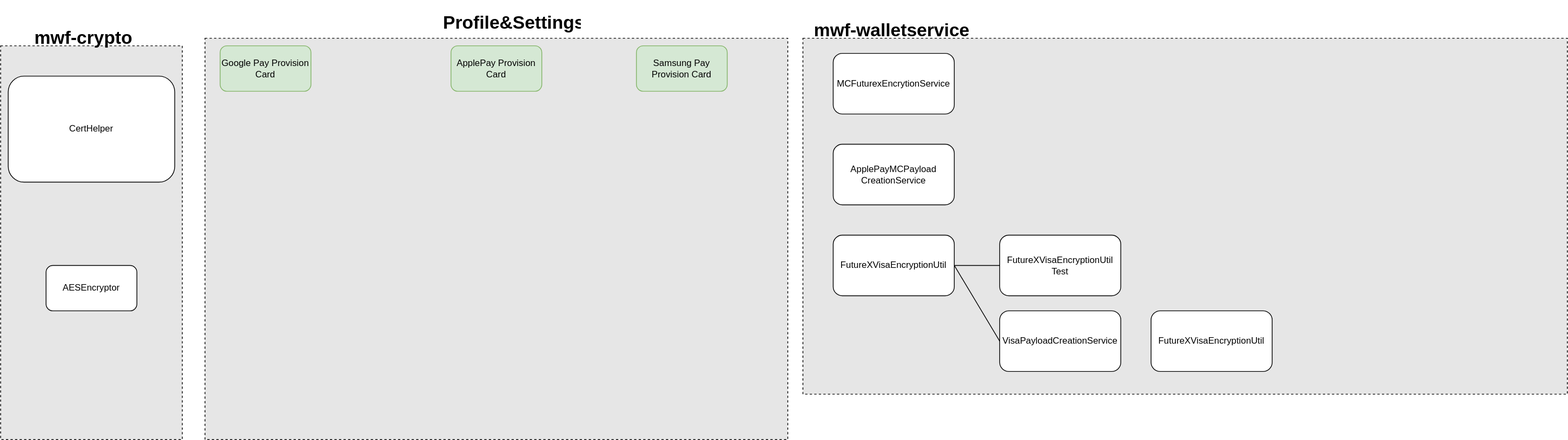
uchiharizvi/design-diagrams keeps this draw.io diagram as Work Samples/WF/Bouncy_Castle_Dependencies_Removal.drawio.svg. Above is the earlier version. Source tidied: cells renumbered, new cells last; positions are measured from the earlier drawing's top-left corner, leaving out a move shared by most shapes.
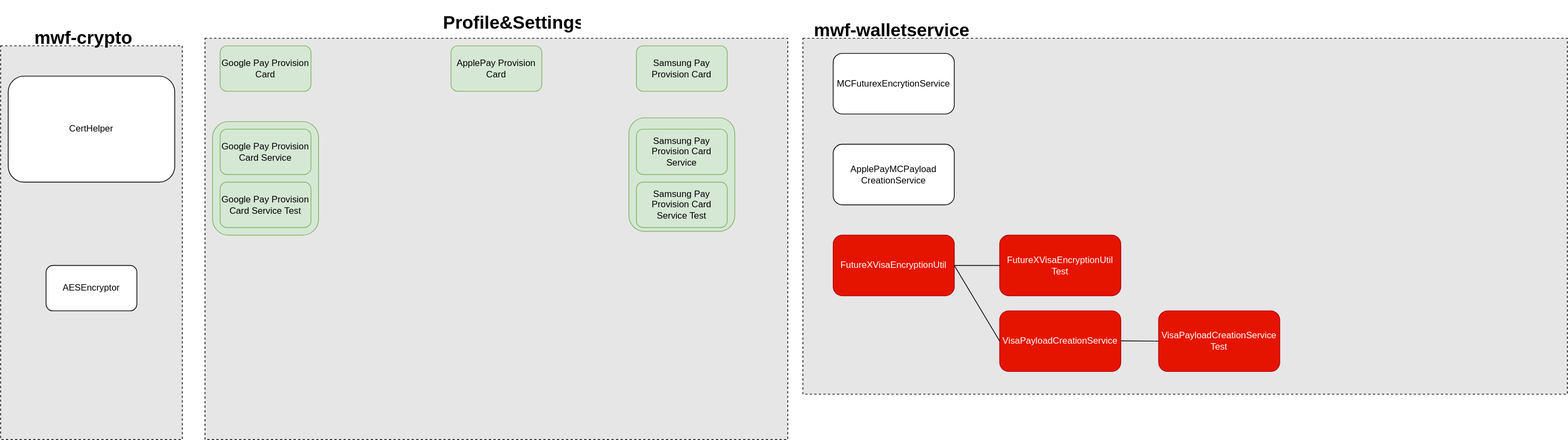
After the commit.

Diff of the diagram source:
```diff
@@ -5,6 +5,12 @@
     <mxCell id="2" style="rounded=0;whiteSpace=wrap;html=1;dashed=1;fillColor=#E6E6E6;" parent="1" vertex="1">
       <mxGeometry x="270" y="40" width="770" height="530" as="geometry" />
     </mxCell>
+    <mxCell id="21" style="rounded=1;whiteSpace=wrap;html=1;fillColor=#d5e8d4;strokeColor=#82b366;" parent="1" vertex="1">
+      <mxGeometry x="830" y="145" width="140" height="150" as="geometry" />
+    </mxCell>
+    <mxCell id="22" style="rounded=1;whiteSpace=wrap;html=1;fillColor=#d5e8d4;strokeColor=#82b366;" parent="1" vertex="1">
+      <mxGeometry x="280" y="150" width="140" height="150" as="geometry" />
+    </mxCell>
     <mxCell id="3" value="ApplePay Provision Card" style="rounded=1;whiteSpace=wrap;html=1;fillColor=#d5e8d4;strokeColor=#82b366;" parent="1" vertex="1">
       <mxGeometry x="595" y="50" width="120" height="60" as="geometry" />
     </mxCell>
@@ -38,26 +44,43 @@
     <mxCell id="13" value="ApplePayMCPayload&lt;br&gt;CreationService" style="rounded=1;whiteSpace=wrap;html=1;" parent="1" vertex="1">
       <mxGeometry x="1100" y="180" width="160" height="80" as="geometry" />
     </mxCell>
-    <mxCell id="14" value="FutureXVisaEncryptionUtil" style="rounded=1;whiteSpace=wrap;html=1;" parent="1" vertex="1">
+    <mxCell id="14" value="FutureXVisaEncryptionUtil" style="rounded=1;whiteSpace=wrap;html=1;fillColor=#e51400;fontColor=#ffffff;strokeColor=#B20000;" parent="1" vertex="1">
       <mxGeometry x="1100" y="300" width="160" height="80" as="geometry" />
     </mxCell>
     <mxCell id="15" value="&lt;h1&gt;Profile&amp;amp;Settings&lt;/h1&gt;" style="text;html=1;spacing=5;spacingTop=-20;whiteSpace=wrap;overflow=hidden;rounded=0;" parent="1" vertex="1">
       <mxGeometry x="580" width="190" height="120" as="geometry" />
     </mxCell>
-    <mxCell id="16" value="FutureXVisaEncryptionUtil&lt;br&gt;Test" style="rounded=1;whiteSpace=wrap;html=1;" parent="1" vertex="1">
+    <mxCell id="16" value="FutureXVisaEncryptionUtil&lt;br&gt;Test" style="rounded=1;whiteSpace=wrap;html=1;fillColor=#e51400;fontColor=#ffffff;strokeColor=#B20000;" parent="1" vertex="1">
       <mxGeometry x="1320" y="300" width="160" height="80" as="geometry" />
     </mxCell>
-    <mxCell id="17" value="VisaPayloadCreationService" style="rounded=1;whiteSpace=wrap;html=1;" parent="1" vertex="1">
+    <mxCell id="17" value="VisaPayloadCreationService" style="rounded=1;whiteSpace=wrap;html=1;fillColor=#e51400;fontColor=#ffffff;strokeColor=#B20000;" parent="1" vertex="1">
       <mxGeometry x="1320" y="400" width="160" height="80" as="geometry" />
     </mxCell>
-    <mxCell id="18" value="FutureXVisaEncryptionUtil" style="rounded=1;whiteSpace=wrap;html=1;" parent="1" vertex="1">
-      <mxGeometry x="1520" y="400" width="160" height="80" as="geometry" />
-    </mxCell>
     <mxCell id="19" style="endArrow=none;html=1;rounded=0;exitX=1;exitY=0.5;exitDx=0;exitDy=0;entryX=0;entryY=0.5;entryDx=0;entryDy=0;" parent="1" edge="1" source="14" target="16">
       <mxGeometry relative="1" as="geometry" />
     </mxCell>
     <mxCell id="20" style="endArrow=none;html=1;rounded=0;exitX=1;exitY=0.5;exitDx=0;exitDy=0;entryX=0;entryY=0.5;entryDx=0;entryDy=0;" parent="1" edge="1" source="14" target="17">
       <mxGeometry relative="1" as="geometry" />
     </mxCell>
+    <mxCell id="23" value="VisaPayloadCreationService&lt;br&gt;Test" style="rounded=1;whiteSpace=wrap;html=1;fillColor=#e51400;fontColor=#ffffff;strokeColor=#B20000;" parent="1" vertex="1">
+      <mxGeometry x="1530" y="400" width="160" height="80" as="geometry" />
+    </mxCell>
+    <mxCell id="24" style="endArrow=none;html=1;rounded=0;exitX=1;exitY=0.5;exitDx=0;exitDy=0;entryX=0;entryY=0.5;entryDx=0;entryDy=0;" parent="1" edge="1" target="23">
+      <mxGeometry relative="1" as="geometry">
+        <mxPoint x="1480" y="439.5" as="sourcePoint" />
+      </mxGeometry>
+    </mxCell>
+    <mxCell id="25" value="Samsung Pay Provision Card Service Test" style="rounded=1;whiteSpace=wrap;html=1;fillColor=#d5e8d4;strokeColor=#82b366;" parent="1" vertex="1">
+      <mxGeometry x="840" y="230" width="120" height="60" as="geometry" />
+    </mxCell>
+    <mxCell id="26" value="Google Pay Provision Card Service" style="rounded=1;whiteSpace=wrap;html=1;fillColor=#d5e8d4;strokeColor=#82b366;" parent="1" vertex="1">
+      <mxGeometry x="290" y="160" width="120" height="60" as="geometry" />
+    </mxCell>
+    <mxCell id="27" value="Google Pay Provision Card Service Test" style="rounded=1;whiteSpace=wrap;html=1;fillColor=#d5e8d4;strokeColor=#82b366;" parent="1" vertex="1">
+      <mxGeometry x="290" y="230" width="120" height="60" as="geometry" />
+    </mxCell>
+    <mxCell id="28" value="Samsung Pay Provision Card Service" style="rounded=1;whiteSpace=wrap;html=1;fillColor=#d5e8d4;strokeColor=#82b366;" parent="1" vertex="1">
+      <mxGeometry x="840" y="160" width="120" height="60" as="geometry" />
+    </mxCell>
   </root>
 </mxGraphModel>
```
